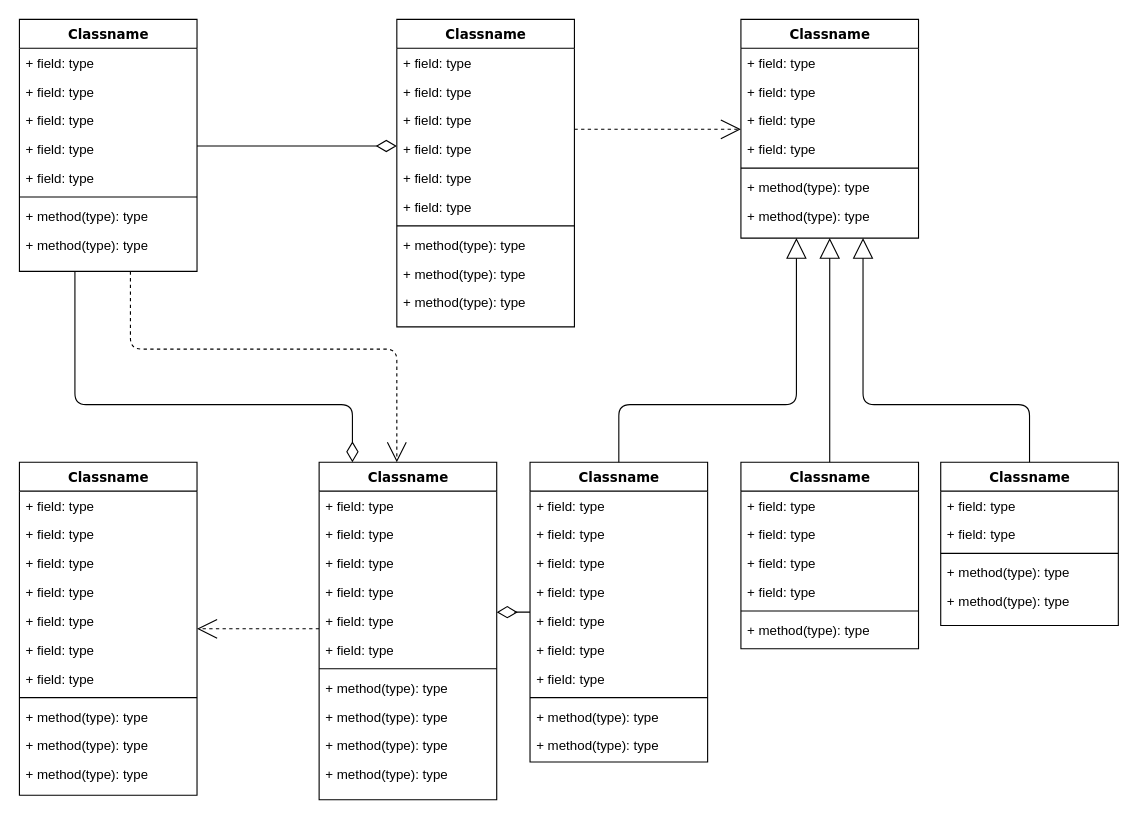
This is Untitled Diagram.drawio from tiantanheitong/diagrams, a draw.io file, before an edit. Source tidied: cells renumbered, new cells numbered last; positions are measured from the earlier drawing's top-left corner, leaving out a move shared by most shapes. Both pictures are drawn from the tidied source at 111%, with x=0, y=0 at pixel (19, 19).
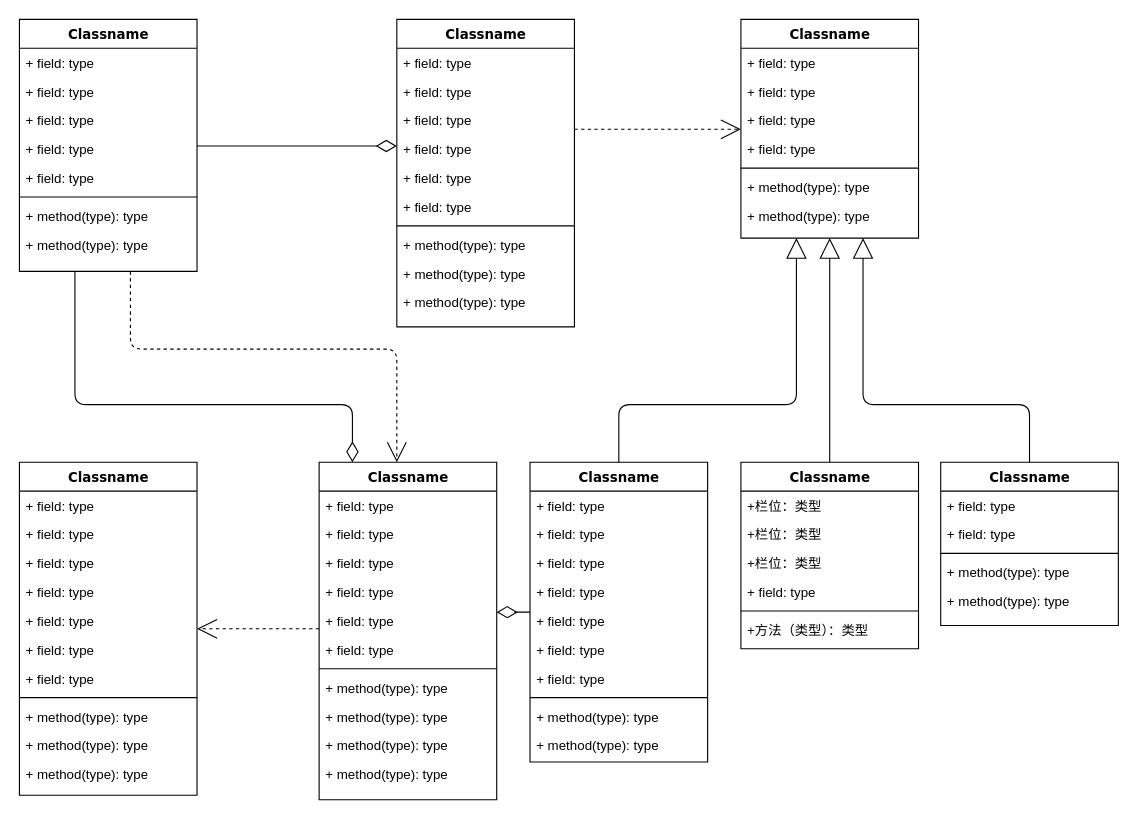
After the change.

The change refers to these unchanged cells:
```xml
<mxCell id="72" value="Classname" style="swimlane;html=1;fontStyle=1;align=center;verticalAlign=top;horizontal=1;startSize=26;swimlaneFillColor=#ffffff;rounded=0;shadow=0;comic=0;labelBackgroundColor=none;strokeWidth=1;fillColor=none;fontFamily=Verdana;fontSize=12;" parent="1" vertex="1">
  <mxGeometry x="650" y="399" width="160" height="168" as="geometry" />
</mxCell>
```

Change to the diagram source:
```diff
@@
-    <mxCell id="73" value="+ field: type" style="text;html=1;strokeColor=none;fillColor=none;align=left;verticalAlign=top;spacingLeft=4;spacingRight=4;whiteSpace=wrap;overflow=hidden;" parent="72" vertex="1">
+    <mxCell id="73" value="+栏位：类型" style="text;html=1;strokeColor=none;fillColor=none;align=left;verticalAlign=top;spacingLeft=4;spacingRight=4;whiteSpace=wrap;overflow=hidden;" parent="72" vertex="1">
       <mxGeometry y="26" width="160" height="26" as="geometry" />
     </mxCell>
-    <mxCell id="74" value="+ field: type" style="text;html=1;strokeColor=none;fillColor=none;align=left;verticalAlign=top;spacingLeft=4;spacingRight=4;whiteSpace=wrap;overflow=hidden;" parent="72" vertex="1">
+    <mxCell id="74" value="+栏位：类型" style="text;html=1;strokeColor=none;fillColor=none;align=left;verticalAlign=top;spacingLeft=4;spacingRight=4;whiteSpace=wrap;overflow=hidden;" parent="72" vertex="1">
       <mxGeometry y="52" width="160" height="26" as="geometry" />
     </mxCell>
-    <mxCell id="75" value="+ field: type" style="text;html=1;strokeColor=none;fillColor=none;align=left;verticalAlign=top;spacingLeft=4;spacingRight=4;whiteSpace=wrap;overflow=hidden;" parent="72" vertex="1">
+    <mxCell id="75" value="+栏位：类型" style="text;html=1;strokeColor=none;fillColor=none;align=left;verticalAlign=top;spacingLeft=4;spacingRight=4;whiteSpace=wrap;overflow=hidden;" parent="72" vertex="1">
       <mxGeometry y="78" width="160" height="26" as="geometry" />
     </mxCell>
@@
-    <mxCell id="78" value="+ method(type): type" style="text;html=1;strokeColor=none;fillColor=none;align=left;verticalAlign=top;spacingLeft=4;spacingRight=4;whiteSpace=wrap;overflow=hidden;" parent="72" vertex="1">
+    <mxCell id="78" value="+方法（类型）：类型" style="text;html=1;strokeColor=none;fillColor=none;align=left;verticalAlign=top;spacingLeft=4;spacingRight=4;whiteSpace=wrap;overflow=hidden;" parent="72" vertex="1">
       <mxGeometry y="138" width="160" height="26" as="geometry" />
     </mxCell>
```
